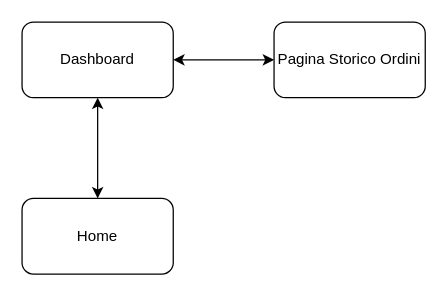
Earlier version of the draw.io diagram Documents/Requirement Analysis Document/Review/Seconda Parte/Nav path/Sorgenti/RF4-1.drawio (dariodidario/EasyLease). Source tidied: cells renumbered, new cells numbered last; positions are measured from the earlier drawing's top-left corner, leaving out a move shared by most shapes. Both pictures are drawn from the tidied source at 126%, with x=0, y=0 at pixel (21, 21).
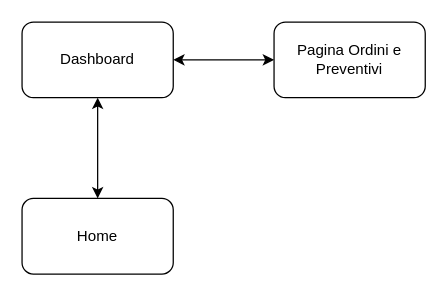
After the change.

What changed in the source:
```diff
@@
 <mxGraphModel>
   <root>
     <mxCell id="0" />
     <mxCell id="1" parent="0" />
     <mxCell id="2" value="Home" style="rounded=1;whiteSpace=wrap;html=1;" parent="1" vertex="1">
       <mxGeometry y="140" width="120" height="60" as="geometry" />
     </mxCell>
     <mxCell id="3" value="Dashboard" style="whiteSpace=wrap;html=1;rounded=1;" parent="1" vertex="1">
       <mxGeometry width="120" height="60" as="geometry" />
     </mxCell>
     <mxCell id="4" style="endArrow=classic;startArrow=classic;html=1;entryX=0.5;entryY=1;entryDx=0;entryDy=0;exitX=0.5;exitY=0;exitDx=0;exitDy=0;" parent="1" edge="1" source="2" target="3">
       <mxGeometry relative="1" as="geometry" />
     </mxCell>
-    <mxCell id="5" value="Pagina Storico Ordini" style="whiteSpace=wrap;html=1;rounded=1;" parent="1" vertex="1">
+    <mxCell id="5" value="Pagina Ordini e Preventivi" style="whiteSpace=wrap;html=1;rounded=1;" parent="1" vertex="1">
       <mxGeometry x="200" width="120" height="60" as="geometry" />
     </mxCell>
     <mxCell id="6" style="endArrow=classic;startArrow=classic;html=1;entryX=0;entryY=0.5;entryDx=0;entryDy=0;exitX=1;exitY=0.5;exitDx=0;exitDy=0;" parent="1" edge="1" source="3" target="5">
       <mxGeometry relative="1" as="geometry" />
     </mxCell>
   </root>
 </mxGraphModel>
```
